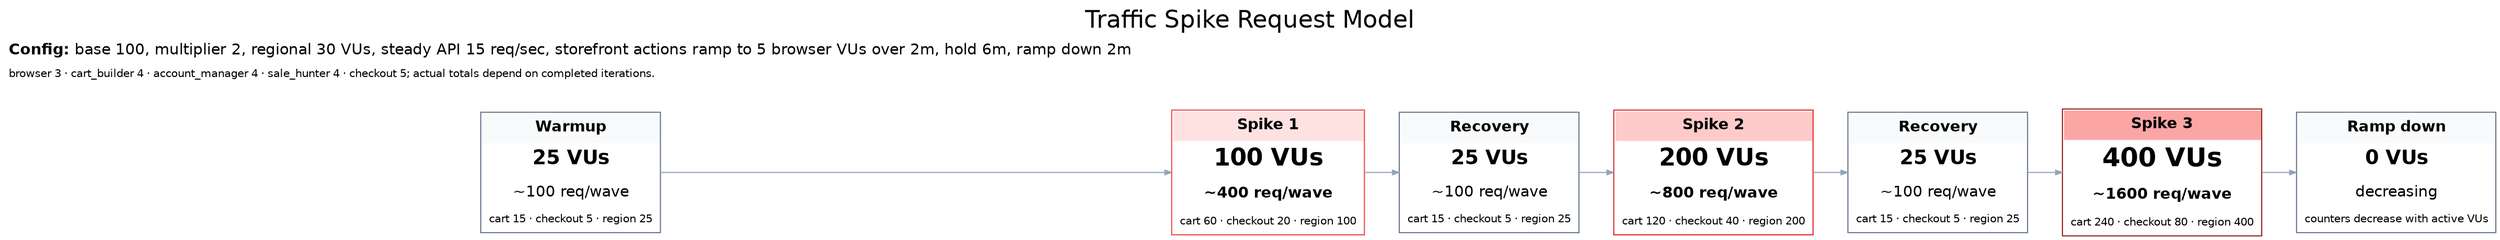
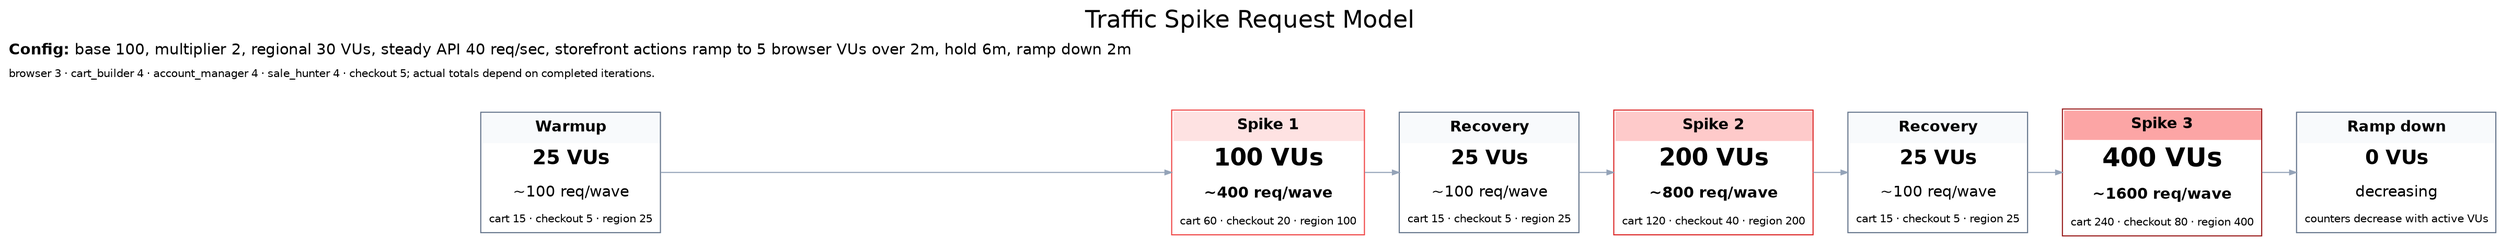
digraph traffic_spike_request_cards {
  graph [rankdir=LR, labelloc=t, label="Traffic Spike Request Model", fontsize=22, fontname="Helvetica", nodesep=0.35, ranksep=0.45, splines=ortho];
  node [shape=plain, fontname="Helvetica"];
  edge [color="#94a3b8", arrowsize=0.6];

  warmup [label=<
    <TABLE BORDER="1" CELLBORDER="0" CELLSPACING="0" CELLPADDING="6" COLOR="#64748b"><TR><TD BGCOLOR="#f8fafc"><B>Warmup</B></TD></TR><TR><TD><FONT POINT-SIZE="18"><B>25 VUs</B></FONT></TD></TR><TR><TD>~100 req/wave</TD></TR><TR><TD><FONT POINT-SIZE="10">cart 15 · checkout 5 · region 25</FONT></TD></TR></TABLE>
  >];
  spike1 [label=<
    <TABLE BORDER="1" CELLBORDER="0" CELLSPACING="0" CELLPADDING="6" COLOR="#ef4444"><TR><TD BGCOLOR="#fee2e2"><B>Spike 1</B></TD></TR><TR><TD><FONT POINT-SIZE="22"><B>100 VUs</B></FONT></TD></TR><TR><TD><B>~400 req/wave</B></TD></TR><TR><TD><FONT POINT-SIZE="10">cart 60 · checkout 20 · region 100</FONT></TD></TR></TABLE>
  >];
  recovery1 [label=<
    <TABLE BORDER="1" CELLBORDER="0" CELLSPACING="0" CELLPADDING="6" COLOR="#64748b"><TR><TD BGCOLOR="#f8fafc"><B>Recovery</B></TD></TR><TR><TD><FONT POINT-SIZE="18"><B>25 VUs</B></FONT></TD></TR><TR><TD>~100 req/wave</TD></TR><TR><TD><FONT POINT-SIZE="10">cart 15 · checkout 5 · region 25</FONT></TD></TR></TABLE>
  >];
  spike2 [label=<
    <TABLE BORDER="1" CELLBORDER="0" CELLSPACING="0" CELLPADDING="6" COLOR="#dc2626"><TR><TD BGCOLOR="#fecaca"><B>Spike 2</B></TD></TR><TR><TD><FONT POINT-SIZE="22"><B>200 VUs</B></FONT></TD></TR><TR><TD><B>~800 req/wave</B></TD></TR><TR><TD><FONT POINT-SIZE="10">cart 120 · checkout 40 · region 200</FONT></TD></TR></TABLE>
  >];
  recovery2 [label=<
    <TABLE BORDER="1" CELLBORDER="0" CELLSPACING="0" CELLPADDING="6" COLOR="#64748b"><TR><TD BGCOLOR="#f8fafc"><B>Recovery</B></TD></TR><TR><TD><FONT POINT-SIZE="18"><B>25 VUs</B></FONT></TD></TR><TR><TD>~100 req/wave</TD></TR><TR><TD><FONT POINT-SIZE="10">cart 15 · checkout 5 · region 25</FONT></TD></TR></TABLE>
  >];
  spike3 [label=<
    <TABLE BORDER="1" CELLBORDER="0" CELLSPACING="0" CELLPADDING="6" COLOR="#991b1b"><TR><TD BGCOLOR="#fca5a5"><B>Spike 3</B></TD></TR><TR><TD><FONT POINT-SIZE="24"><B>400 VUs</B></FONT></TD></TR><TR><TD><B>~1600 req/wave</B></TD></TR><TR><TD><FONT POINT-SIZE="10">cart 240 · checkout 80 · region 400</FONT></TD></TR></TABLE>
  >];
  rampdown [label=<
    <TABLE BORDER="1" CELLBORDER="0" CELLSPACING="0" CELLPADDING="6" COLOR="#64748b"><TR><TD BGCOLOR="#f8fafc"><B>Ramp down</B></TD></TR><TR><TD><FONT POINT-SIZE="18"><B>0 VUs</B></FONT></TD></TR><TR><TD>decreasing</TD></TR><TR><TD><FONT POINT-SIZE="10">counters decrease with active VUs</FONT></TD></TR></TABLE>
  >];
  legend [label=<
-     <TABLE BORDER="0" CELLBORDER="0" CELLSPACING="0" CELLPADDING="4"><TR><TD ALIGN="LEFT"><B>Config:</B> base 100, multiplier 2, regional 30 VUs, steady API 15 req/sec, storefront actions ramp to 5 browser VUs over 2m, hold 6m, ramp down 2m</TD></TR><TR><TD ALIGN="LEFT"><FONT POINT-SIZE="10">browser 3 · cart_builder 4 · account_manager 4 · sale_hunter 4 · checkout 5; actual totals depend on completed iterations.</FONT></TD></TR></TABLE>
+     <TABLE BORDER="0" CELLBORDER="0" CELLSPACING="0" CELLPADDING="4"><TR><TD ALIGN="LEFT"><B>Config:</B> base 100, multiplier 2, regional 30 VUs, steady API 40 req/sec, storefront actions ramp to 5 browser VUs over 2m, hold 6m, ramp down 2m</TD></TR><TR><TD ALIGN="LEFT"><FONT POINT-SIZE="10">browser 3 · cart_builder 4 · account_manager 4 · sale_hunter 4 · checkout 5; actual totals depend on completed iterations.</FONT></TD></TR></TABLE>
  >];

  warmup -> spike1 -> recovery1 -> spike2 -> recovery2 -> spike3 -> rampdown;
  { rank=same; legend }
}
